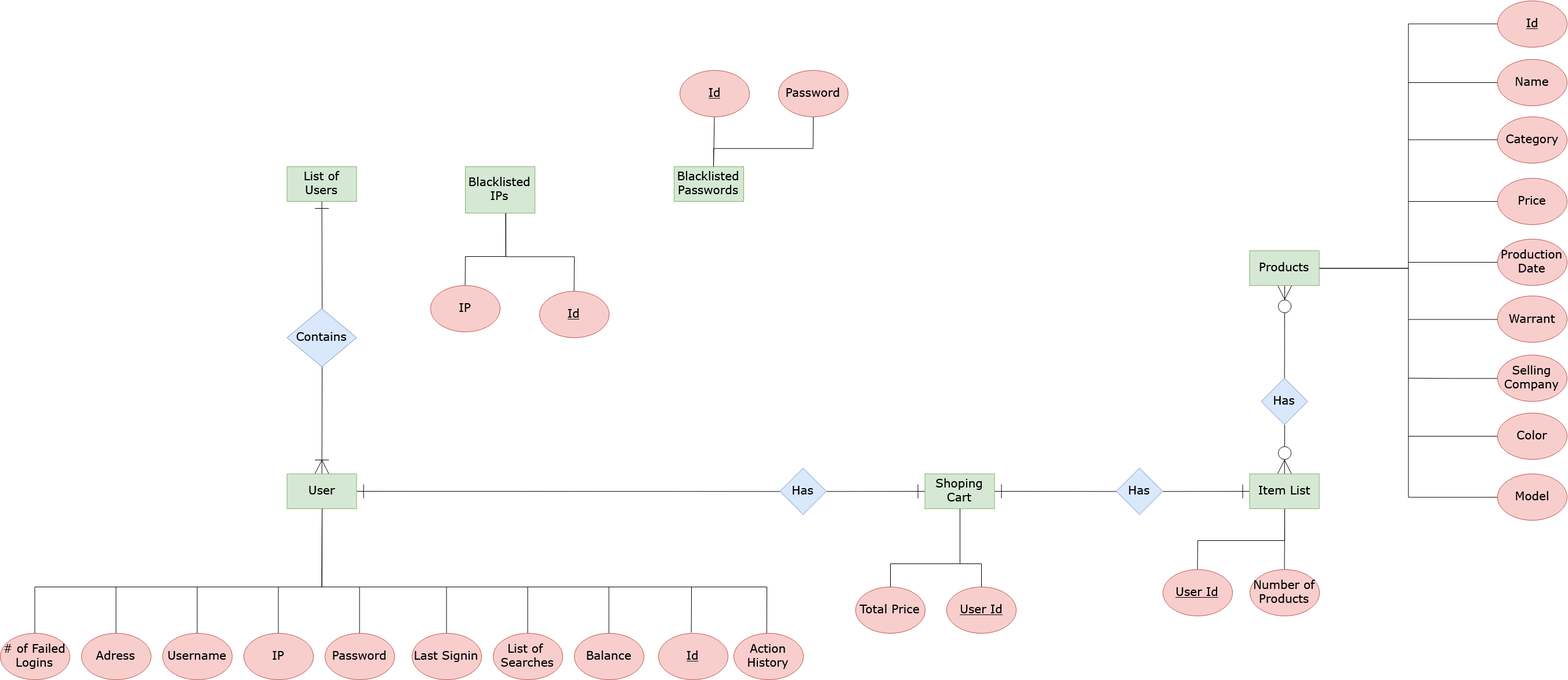
This is ERD.png from Paul-Reftu/DBMSP-2018-2019, a draw.io export, as it was before one commit. Source tidied: cells renumbered, new cells last; positions are measured from the earlier drawing's top-left corner, leaving out a move shared by most shapes.
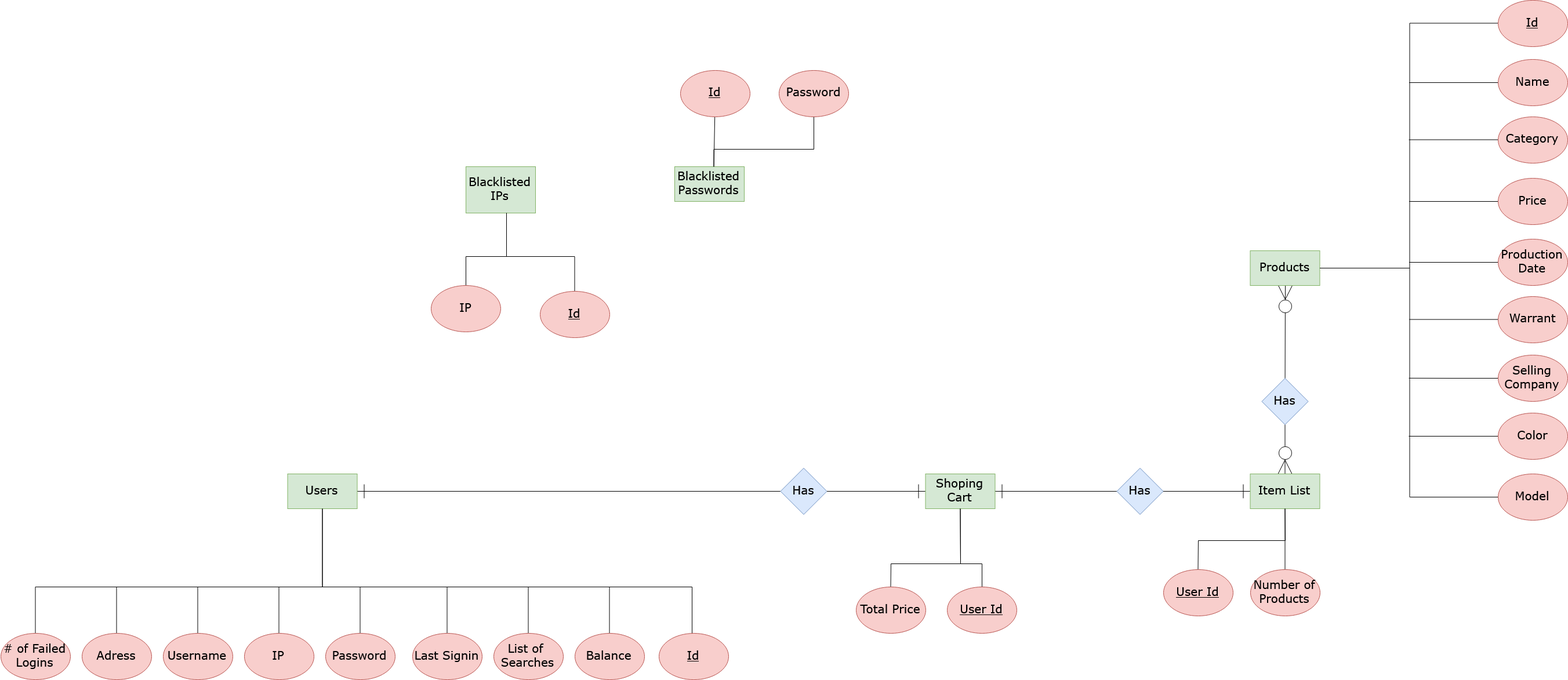
Above is the later version.

Commit message:
Inceput populare + modificare Schema

Diff of the diagram source:
```diff
@@ -8,22 +8,10 @@
     <mxCell id="3" value="Blacklisted Passwords" style="rounded=0;whiteSpace=wrap;html=1;fontFamily=Verdana;fontSize=20;fillColor=#d5e8d4;strokeColor=#82b366;" parent="1" vertex="1">
       <mxGeometry x="1162" y="287" width="120" height="60" as="geometry" />
     </mxCell>
-    <mxCell id="4" style="edgeStyle=none;rounded=0;jettySize=auto;html=1;startArrow=none;startFill=0;endArrow=ERone;endFill=0;fontFamily=Verdana;fontSize=20;exitX=0.5;exitY=0;exitDx=0;exitDy=0;endSize=22;startSize=22;" parent="1" edge="1" source="6" target="5">
-      <mxGeometry relative="1" as="geometry" />
-    </mxCell>
-    <mxCell id="5" value="List of Users" style="rounded=0;whiteSpace=wrap;html=1;fontFamily=Verdana;fontSize=20;fillColor=#d5e8d4;strokeColor=#82b366;" parent="1" vertex="1">
-      <mxGeometry x="494.5" y="287" width="120" height="60" as="geometry" />
-    </mxCell>
-    <mxCell id="6" value="Contains" style="rhombus;whiteSpace=wrap;html=1;fontFamily=Verdana;fontSize=20;fillColor=#dae8fc;strokeColor=#6c8ebf;" parent="1" vertex="1">
-      <mxGeometry x="494.5" y="532" width="120" height="100" as="geometry" />
-    </mxCell>
-    <mxCell id="7" style="edgeStyle=none;rounded=0;jettySize=auto;html=1;startArrow=none;startFill=0;endArrow=ERoneToMany;endFill=0;fontFamily=Verdana;fontSize=20;exitX=0.5;exitY=1;exitDx=0;exitDy=0;startSize=22;endSize=22;" parent="1" edge="1" source="6" target="9">
-      <mxGeometry relative="1" as="geometry" />
-    </mxCell>
     <mxCell id="8" style="edgeStyle=none;rounded=0;jettySize=auto;html=1;entryX=0;entryY=0.5;entryDx=0;entryDy=0;startArrow=ERone;startFill=0;endArrow=none;endFill=0;fontFamily=Verdana;fontSize=20;endSize=22;startSize=22;" parent="1" edge="1" source="9" target="26">
       <mxGeometry relative="1" as="geometry" />
     </mxCell>
-    <mxCell id="9" value="User" style="rounded=0;whiteSpace=wrap;html=1;fontFamily=Verdana;fontSize=20;fillColor=#d5e8d4;strokeColor=#82b366;" parent="1" vertex="1">
+    <mxCell id="9" value="Users" style="rounded=0;whiteSpace=wrap;html=1;fontFamily=Verdana;fontSize=20;fillColor=#d5e8d4;strokeColor=#82b366;" parent="1" vertex="1">
       <mxGeometry x="494.5" y="817" width="120" height="60" as="geometry" />
     </mxCell>
     <mxCell id="10" style="edgeStyle=none;rounded=0;jettySize=auto;html=1;startArrow=none;startFill=0;endArrow=none;endFill=0;fontFamily=Verdana;fontSize=20;" parent="1" edge="1" source="11">
@@ -213,17 +201,6 @@
     <mxCell id="56" value="&lt;u&gt;Id&lt;/u&gt;" style="ellipse;whiteSpace=wrap;html=1;fontFamily=Verdana;fontSize=20;fillColor=#f8cecc;strokeColor=#b85450;" parent="1" vertex="1">
       <mxGeometry x="1134.5" y="1092" width="120" height="80" as="geometry" />
     </mxCell>
-    <mxCell id="57" style="edgeStyle=none;rounded=0;jettySize=auto;html=1;startArrow=none;startFill=0;endArrow=none;endFill=0;fontFamily=Verdana;fontSize=20;exitX=0.48;exitY=0.001;exitDx=0;exitDy=0;exitPerimeter=0;" parent="1" edge="1" source="58">
-      <mxGeometry relative="1" as="geometry">
-        <mxPoint x="1182" y="1012" as="targetPoint" />
-        <Array as="points">
-          <mxPoint x="1322" y="1012" />
-        </Array>
-      </mxGeometry>
-    </mxCell>
-    <mxCell id="58" value="Action History" style="ellipse;whiteSpace=wrap;html=1;fontFamily=Verdana;fontSize=20;fillColor=#f8cecc;strokeColor=#b85450;" parent="1" vertex="1">
-      <mxGeometry x="1264.5" y="1092" width="120" height="80" as="geometry" />
-    </mxCell>
     <mxCell id="59" style="edgeStyle=none;rounded=0;jettySize=auto;html=1;entryX=0.5;entryY=1;entryDx=0;entryDy=0;startArrow=none;startFill=0;endArrow=none;endFill=0;fontFamily=Verdana;fontSize=20;" parent="1" edge="1" source="60" target="29">
       <mxGeometry relative="1" as="geometry">
         <Array as="points">
```
